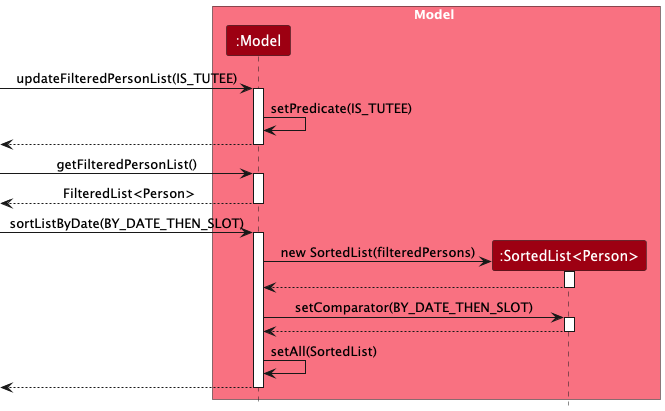
Above: docs/images/SortByDateSequenceDiagram-Model.png in yuanjasper/tp (PlantUML), before the change. The source it was exported from:
```plantuml
@startuml
!include style.puml
skinparam ArrowFontStyle plain

box Model MODEL_COLOR_T1
participant ":Model" as Model MODEL_COLOR
participant ":SortedList<Person>" as SortedList MODEL_COLOR
end box

[-> Model : updateFilteredPersonList(IS_TUTEE)
activate Model
Model -> Model : setPredicate(IS_TUTEE)
[<-- Model
deactivate Model

[-> Model : getFilteredPersonList()
activate Model
[<--Model : FilteredList<Person>
deactivate Model

[-> Model : sortListByDate(BY_DATE_THEN_SLOT)
activate Model

create SortedList
Model -> SortedList : new SortedList(filteredPersons)
activate SortedList
SortedList--> Model
deactivate SortedList

Model -> SortedList : setComparator(BY_DATE_THEN_SLOT)
activate SortedList
SortedList --> Model
deactivate SortedList

Model -> Model : setAll(SortedList)
[<-- Model
deactivate Model
@enduml
```
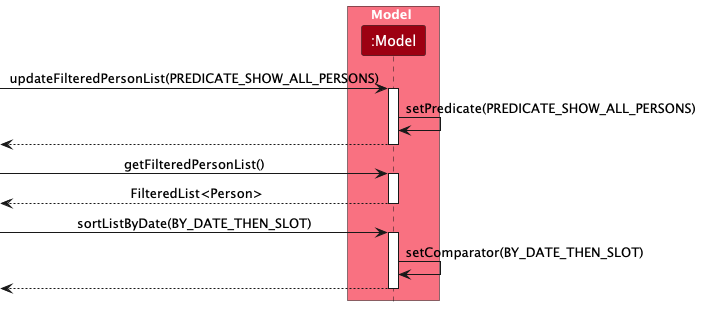
After the change.

The edit, as a diff of the source:
```diff
@@ -4,12 +4,11 @@
 
 box Model MODEL_COLOR_T1
 participant ":Model" as Model MODEL_COLOR
-participant ":SortedList<Person>" as SortedList MODEL_COLOR
 end box
 
-[-> Model : updateFilteredPersonList(IS_TUTEE)
+[-> Model : updateFilteredPersonList(PREDICATE_SHOW_ALL_PERSONS)
 activate Model
-Model -> Model : setPredicate(IS_TUTEE)
+Model -> Model : setPredicate(PREDICATE_SHOW_ALL_PERSONS)
 [<-- Model
 deactivate Model
 
@@ -21,18 +20,7 @@
 [-> Model : sortListByDate(BY_DATE_THEN_SLOT)
 activate Model
 
-create SortedList
-Model -> SortedList : new SortedList(filteredPersons)
-activate SortedList
-SortedList--> Model
-deactivate SortedList
-
-Model -> SortedList : setComparator(BY_DATE_THEN_SLOT)
-activate SortedList
-SortedList --> Model
-deactivate SortedList
-
-Model -> Model : setAll(SortedList)
+Model -> Model : setComparator(BY_DATE_THEN_SLOT)
 [<-- Model
 deactivate Model
 @enduml
```
